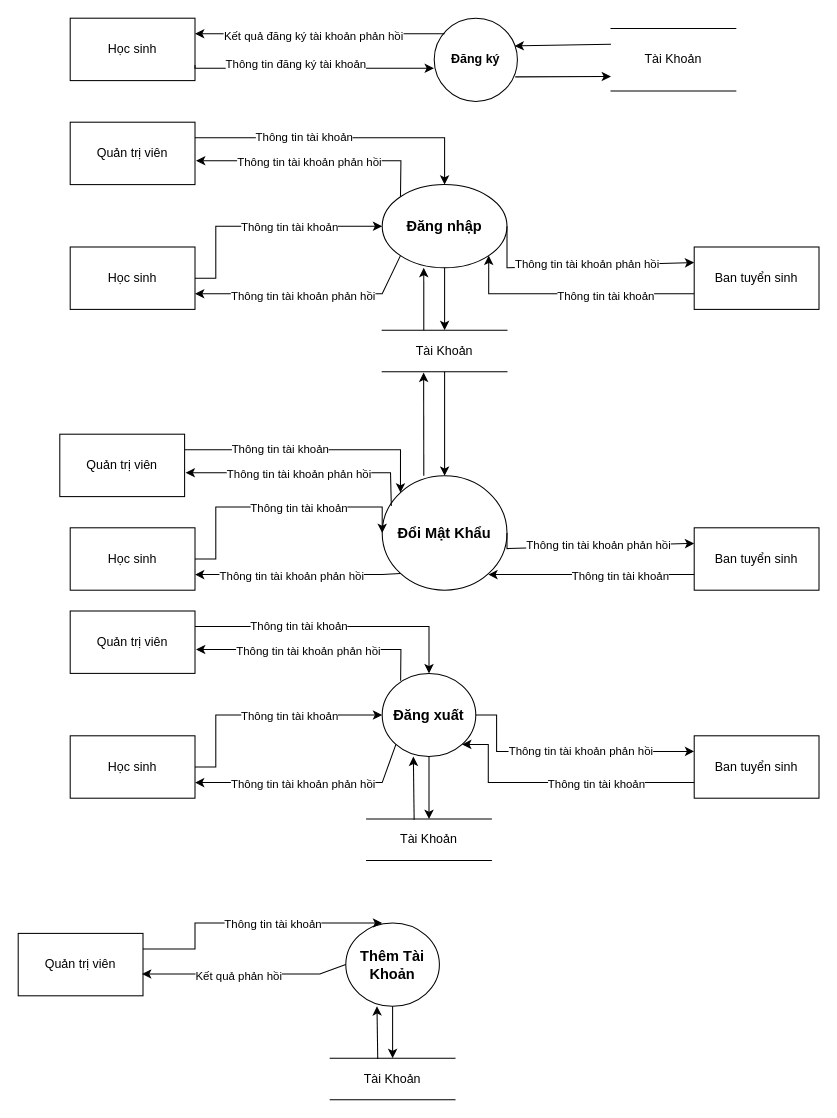
This is page "Biểu đồ luồng dữ liệu mức dưới đỉnh - QL Tài khoản" (5 of 12) of 1. Bao Cao/DATN.drawio from truongquangkhai99/TrinhVanTu_DATN, a draw.io file, before an edit. Source tidied: cells renumbered, new cells numbered last; positions are measured from the earlier drawing's top-left corner, leaving out a move shared by most shapes. Both pictures are drawn from the tidied source at 104%, with x=0, y=0 at pixel (18, 18).
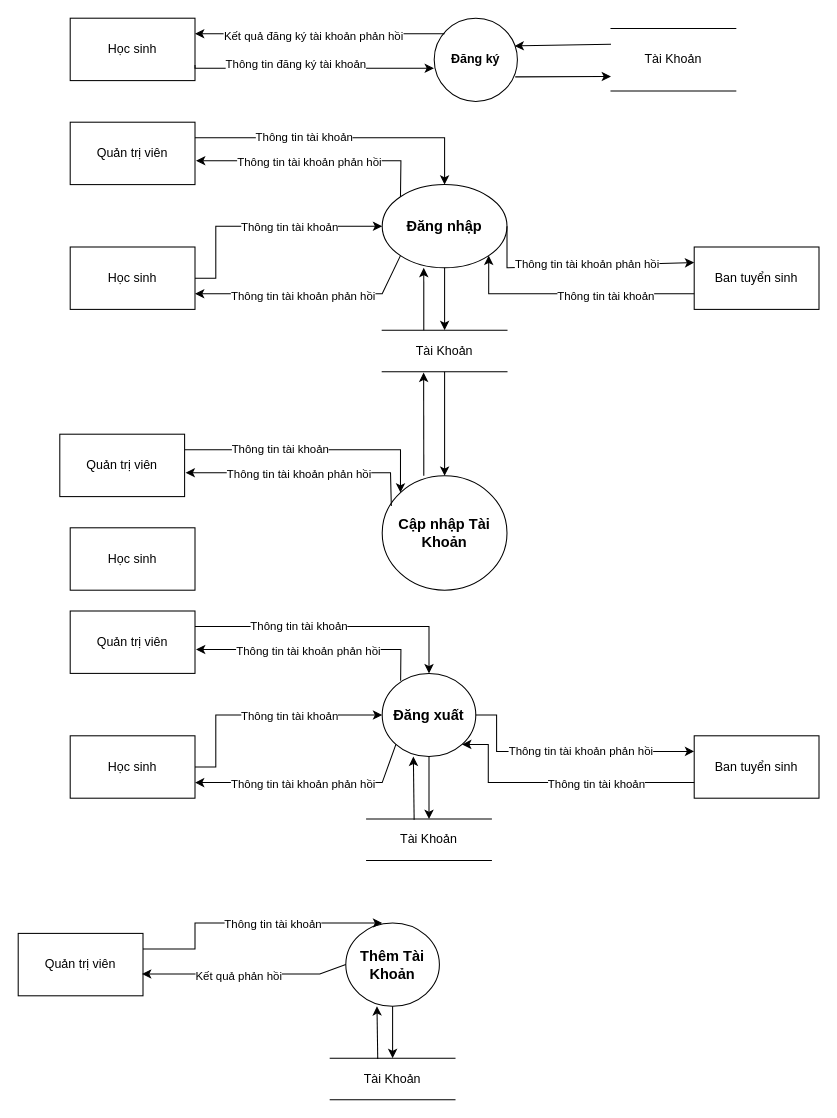
Above is the later version.

The change refers to these unchanged cells:
```xml
<mxCell id="32" value="Học sinh" style="rounded=0;whiteSpace=wrap;html=1;" parent="1" vertex="1">
  <mxGeometry x="50" y="490" width="120" height="60" as="geometry" />
</mxCell>
```

What changed in the source:
```diff
@@
-    <mxCell id="30" value="&lt;span style=&quot;font-size: 14px&quot;&gt;&lt;b&gt;Đổi Mật Khẩu&lt;/b&gt;&lt;/span&gt;" style="ellipse;whiteSpace=wrap;html=1;" parent="1" vertex="1">
+    <mxCell id="30" value="&lt;span style=&quot;font-size: 14px&quot;&gt;&lt;b&gt;Cập nhập Tài Khoản&lt;/b&gt;&lt;/span&gt;" style="ellipse;whiteSpace=wrap;html=1;" parent="1" vertex="1">
       <mxGeometry x="350" y="440" width="120" height="110" as="geometry" />
     </mxCell>
-    <mxCell id="31" value="Ban tuyển sinh" style="rounded=0;whiteSpace=wrap;html=1;" parent="1" vertex="1">
-      <mxGeometry x="650" y="490" width="120" height="60" as="geometry" />
-    </mxCell>
@@
-    <mxCell id="36" style="edgeStyle=orthogonalEdgeStyle;rounded=0;jettySize=auto;html=1;exitX=1;exitY=0.25;exitDx=0;exitDy=0;entryX=0;entryY=0.5;entryDx=0;entryDy=0;" parent="1" edge="1" target="30">
-      <mxGeometry relative="1" as="geometry">
-        <mxPoint x="170" y="520" as="sourcePoint" />
-        <Array as="points">
-          <mxPoint x="190" y="520" />
-          <mxPoint x="190" y="470" />
-        </Array>
-      </mxGeometry>
-    </mxCell>
-    <mxCell id="37" value="Thông tin tài khoản" style="edgeLabel;html=1;align=center;verticalAlign=middle;" parent="36" vertex="1">
-      <mxGeometry x="-0.27" y="1" relative="1" as="geometry">
-        <mxPoint x="56" y="1" as="offset" />
-      </mxGeometry>
-    </mxCell>
-    <mxCell id="38" style="edgeStyle=orthogonalEdgeStyle;rounded=0;jettySize=auto;html=1;exitX=0;exitY=0.75;exitDx=0;exitDy=0;" parent="1" edge="1" source="31">
-      <mxGeometry relative="1" as="geometry">
-        <mxPoint x="452" y="535" as="targetPoint" />
-        <Array as="points">
-          <mxPoint x="452" y="535" />
-        </Array>
-      </mxGeometry>
-    </mxCell>
-    <mxCell id="39" value="Thông tin tài khoản" style="edgeLabel;html=1;align=center;verticalAlign=middle;" parent="38" vertex="1">
-      <mxGeometry x="-0.27" y="1" relative="1" as="geometry" />
-    </mxCell>
@@
-    <mxCell id="42" style="endArrow=classic;html=1;rounded=0;fontSize=14;entryX=1;entryY=0.75;entryDx=0;entryDy=0;exitX=0;exitY=1;exitDx=0;exitDy=0;" parent="1" edge="1" source="30" target="32">
-      <mxGeometry relative="1" as="geometry">
-        <Array as="points">
-          <mxPoint x="350" y="535" />
-        </Array>
-      </mxGeometry>
-    </mxCell>
-    <mxCell id="43" value="&lt;font style=&quot;font-size: 12px&quot;&gt;&lt;span style=&quot;font-size: 11px&quot;&gt;Thông tin tài khoản phản hồi&lt;/span&gt;&lt;br style=&quot;font-size: 12px&quot;&gt;&lt;/font&gt;" style="edgeLabel;html=1;align=center;verticalAlign=middle;fontSize=12;" parent="42" vertex="1">
-      <mxGeometry x="0.06" y="1" relative="1" as="geometry" />
-    </mxCell>
@@
-    <mxCell id="46" style="endArrow=classic;html=1;rounded=0;fontSize=14;entryX=0;entryY=0.25;entryDx=0;entryDy=0;exitX=1;exitY=0.5;exitDx=0;exitDy=0;" parent="1" edge="1" source="30" target="31">
-      <mxGeometry relative="1" as="geometry">
-        <Array as="points">
-          <mxPoint x="470" y="510" />
-        </Array>
-      </mxGeometry>
-    </mxCell>
-    <mxCell id="47" value="&lt;font style=&quot;font-size: 12px&quot;&gt;&lt;span style=&quot;font-size: 11px&quot;&gt;Thông tin tài khoản phản hồi&lt;/span&gt;&lt;br style=&quot;font-size: 12px&quot;&gt;&lt;/font&gt;" style="edgeLabel;html=1;align=center;verticalAlign=middle;fontSize=12;" parent="46" vertex="1">
-      <mxGeometry x="0.06" y="1" relative="1" as="geometry" />
-    </mxCell>
```
